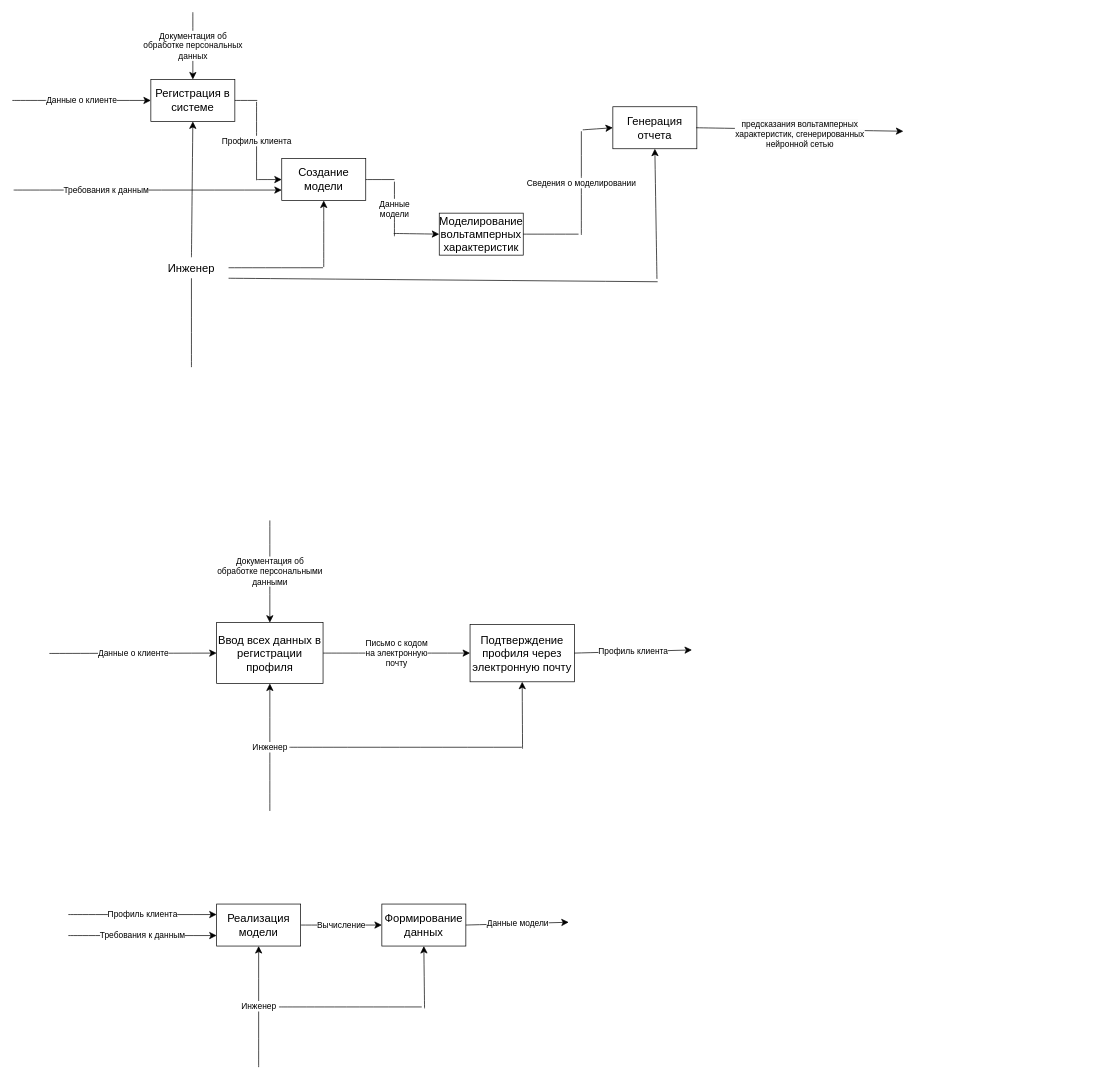
Above: Lab4.drawio in DiKachura/tppo (draw.io), before the change. Source tidied: cells renumbered, new cells numbered last; positions are measured from the earlier drawing's top-left corner, leaving out a move shared by most shapes. Both pictures are drawn from the tidied source at 70%, with x=0, y=0 at pixel (12, 12).
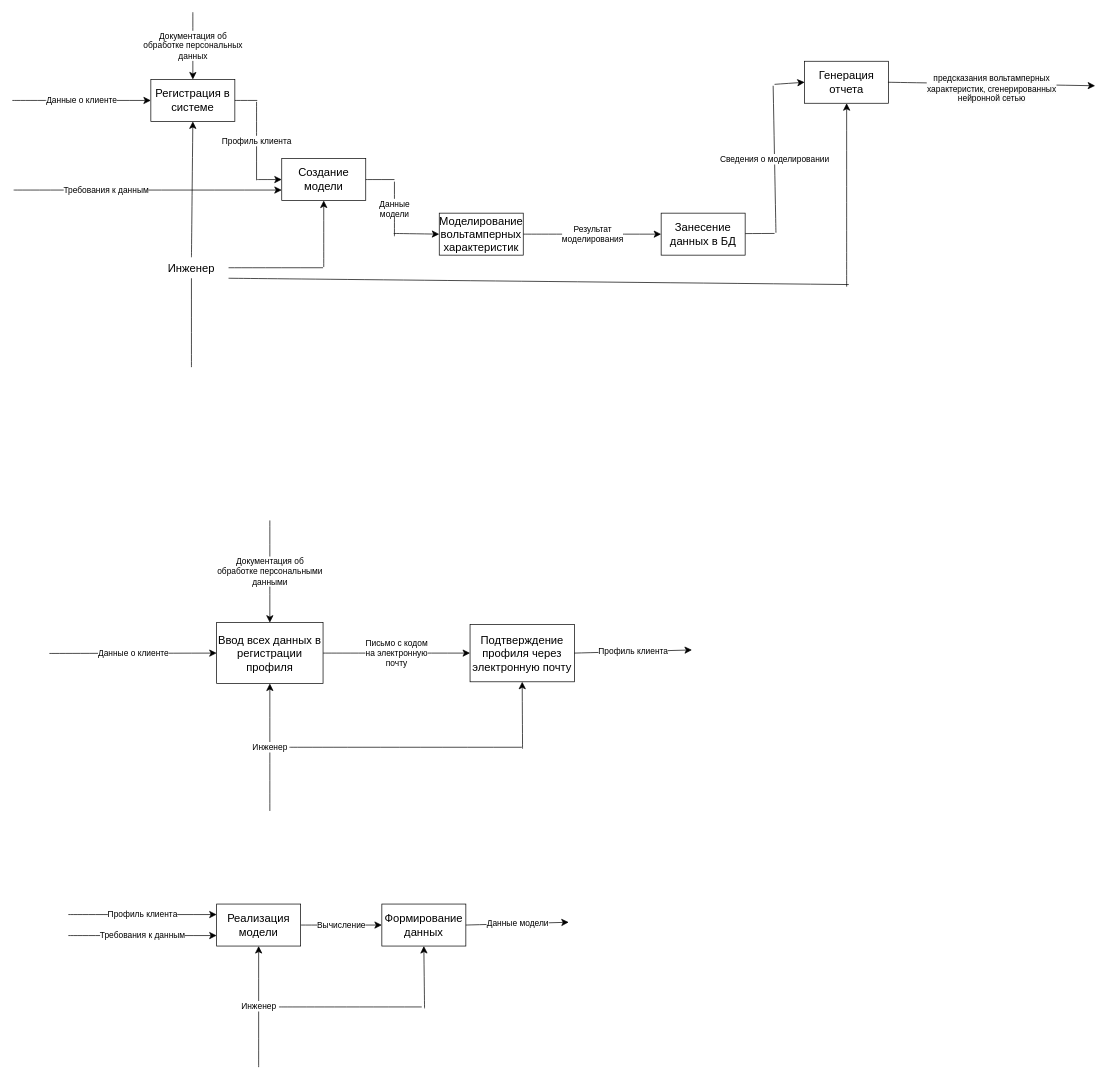
After the change.

Commit message:
Диаграмма декомпозиции А0.drawio

The change refers to these unchanged cells:
```xml
<mxCell id="4" value="Моделирование вольтамперных характеристик" style="rounded=0;whiteSpace=wrap;html=1;fontSize=16;" parent="1" vertex="1">
  <mxGeometry x="610" y="287" width="120" height="60" as="geometry" />
</mxCell>
<mxCell id="13" value="Инженер" style="text;html=1;strokeColor=none;fillColor=none;align=center;verticalAlign=middle;whiteSpace=wrap;rounded=0;fontSize=16;" parent="1" vertex="1">
  <mxGeometry x="203" y="350" width="106" height="30" as="geometry" />
</mxCell>
```

The edit, as a diff of the source:
```diff
@@
+    <mxCell id="44" value="Результат &lt;br&gt;моделирования" style="edgeStyle=none;curved=1;rounded=0;jettySize=auto;html=1;fontSize=12;startSize=8;endSize=8;" parent="1" edge="1" source="4" target="45">
+      <mxGeometry relative="1" as="geometry" />
+    </mxCell>
@@
     <mxCell id="5" value="Генерация отчета" style="rounded=0;whiteSpace=wrap;html=1;fontSize=16;" parent="1" vertex="1">
-      <mxGeometry x="858" y="135" width="120" height="60" as="geometry" />
+      <mxGeometry x="1132" y="70" width="120" height="60" as="geometry" />
     </mxCell>
@@
-    <mxCell id="20" style="endArrow=none;html=1;rounded=0;fontSize=12;startSize=8;endSize=8;curved=1;exitX=1;exitY=0.5;exitDx=0;exitDy=0;" parent="1" edge="1" source="4">
+    <mxCell id="20" style="endArrow=none;html=1;rounded=0;fontSize=12;startSize=8;endSize=8;curved=1;exitX=1;exitY=0.5;exitDx=0;exitDy=0;" parent="1" edge="1">
       <mxGeometry relative="1" as="geometry">
-        <mxPoint x="809" y="317" as="targetPoint" />
+        <mxPoint x="1047" y="316.2" as="sourcePoint" />
+        <mxPoint x="1089" y="316" as="targetPoint" />
       </mxGeometry>
     </mxCell>
     <mxCell id="21" value="Сведения о моделировании" style="endArrow=none;html=1;rounded=0;fontSize=12;startSize=8;endSize=8;curved=1;" parent="1" edge="1">
       <mxGeometry relative="1" as="geometry">
-        <mxPoint x="813" y="318" as="sourcePoint" />
-        <mxPoint x="813" y="170" as="targetPoint" />
+        <mxPoint x="1091" y="315" as="sourcePoint" />
+        <mxPoint x="1087" y="105" as="targetPoint" />
       </mxGeometry>
     </mxCell>
     <mxCell id="22" style="endArrow=classic;html=1;rounded=0;fontSize=12;startSize=8;endSize=8;curved=1;entryX=0;entryY=0.5;entryDx=0;entryDy=0;" parent="1" edge="1" target="5">
       <mxGeometry relative="1" as="geometry">
-        <mxPoint x="815" y="168" as="sourcePoint" />
+        <mxPoint x="1089" y="103" as="sourcePoint" />
       </mxGeometry>
     </mxCell>
     <mxCell id="23" style="endArrow=none;html=1;rounded=0;fontSize=12;startSize=8;endSize=8;curved=1;exitX=1;exitY=1;exitDx=0;exitDy=0;" parent="1" edge="1" source="13">
       <mxGeometry relative="1" as="geometry">
-        <mxPoint x="922" y="385" as="targetPoint" />
+        <mxPoint x="1195" y="389" as="targetPoint" />
       </mxGeometry>
     </mxCell>
     <mxCell id="24" style="endArrow=classic;html=1;rounded=0;fontSize=12;startSize=8;endSize=8;curved=1;entryX=0.5;entryY=1;entryDx=0;entryDy=0;" parent="1" edge="1" target="5">
       <mxGeometry relative="1" as="geometry">
-        <mxPoint x="921" y="381" as="sourcePoint" />
+        <mxPoint x="1192" y="392" as="sourcePoint" />
       </mxGeometry>
     </mxCell>
     <mxCell id="25" value="&lt;br&gt;&lt;span style=&quot;color: rgb(0, 0, 0); font-family: Helvetica; font-size: 12px; font-style: normal; font-variant-ligatures: normal; font-variant-caps: normal; font-weight: 400; letter-spacing: normal; orphans: 2; text-align: center; text-indent: 0px; text-transform: none; widows: 2; word-spacing: 0px; -webkit-text-stroke-width: 0px; background-color: rgb(251, 251, 251); text-decoration-thickness: initial; text-decoration-style: initial; text-decoration-color: initial; float: none; display: inline !important;&quot;&gt;предсказания вольтамперных &lt;br&gt;характеристик, сгенерированных &lt;br&gt;нейронной сетью&lt;/span&gt;&lt;br&gt;" style="endArrow=classic;html=1;rounded=0;fontSize=12;startSize=8;endSize=8;curved=1;exitX=1;exitY=0.5;exitDx=0;exitDy=0;" parent="1" edge="1">
       <mxGeometry relative="1" as="geometry">
-        <mxPoint x="977" y="165" as="sourcePoint" />
-        <mxPoint x="1273" y="170" as="targetPoint" />
+        <mxPoint x="1251" y="100" as="sourcePoint" />
+        <mxPoint x="1547" y="105" as="targetPoint" />
       </mxGeometry>
     </mxCell>
@@
+    <mxCell id="45" value="Занесение данных в БД" style="rounded=0;whiteSpace=wrap;html=1;fontSize=16;" parent="1" vertex="1">
+      <mxGeometry x="927" y="287" width="120" height="60" as="geometry" />
+    </mxCell>
```
